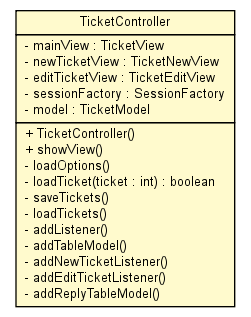
The Graphviz diagram doc/de/articmodding/TroubleTicket/TicketController.png in Dr4K4n/TroubleTicketManagement, before a commit. Its source is kept beside it as doc/de/articmodding/TroubleTicket/TicketController.dot.
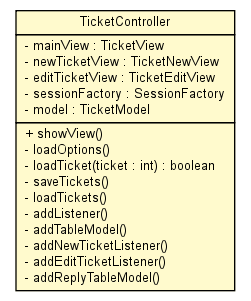
The same diagram one commit later.

The edit, as a diff of the source:
```diff
@@ -16,7 +16,6 @@
 <tr><td align="left" balign="left"> - model : TicketModel </td></tr>
 		</table></td></tr>
 		<tr><td><table border="0" cellspacing="0" cellpadding="1">
-<tr><td align="left" balign="left"> + TicketController() </td></tr>
 <tr><td align="left" balign="left"> + showView() </td></tr>
 <tr><td align="left" balign="left"> - loadOptions() </td></tr>
 <tr><td align="left" balign="left"> - loadTicket(ticket : int) : boolean </td></tr>
```
